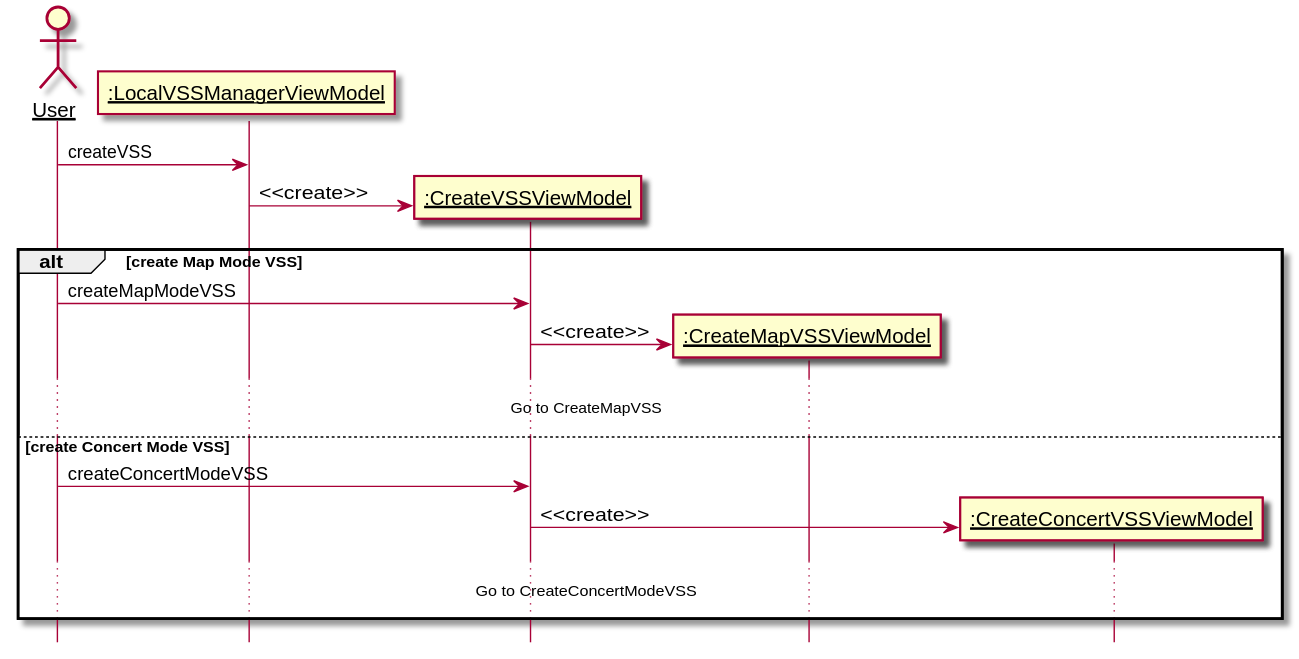
Before: 设计/Diagrams/CreateVSS.svg, a diagram exported from PlantUML (kpp19920121/doc).
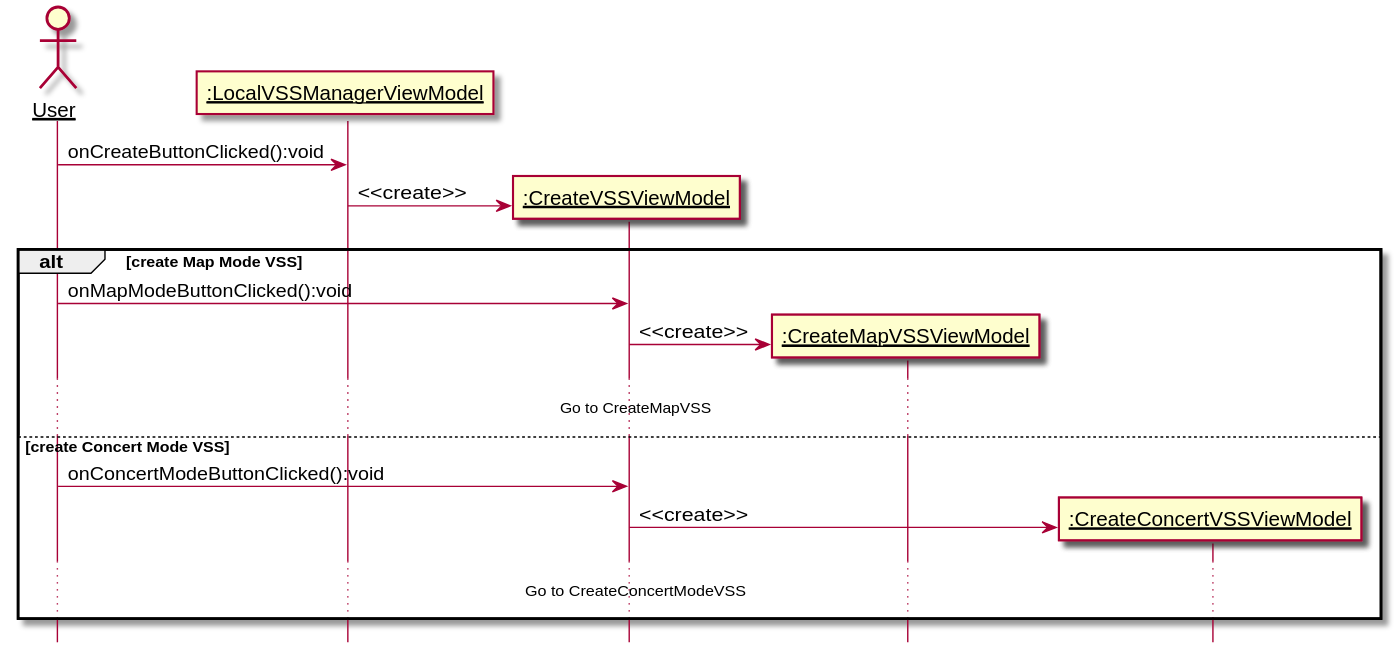
After the commit.

Commit message:
完成两个顺序图、类图的同步

What changed in the source:
```diff
@@ -8,16 +8,16 @@
 participant ":CreateMapVSSViewModel" as map
 participant ":CreateConcertVSSViewModel" as concert
 
-user -> manage: createVSS
+user -> manage: onCreateButtonClicked():void
 create page
 manage -> page: <<create>>
 alt create Map Mode VSS
-    user -> page: createMapModeVSS
+    user -> page: onMapModeButtonClicked():void
     create map
     page -> map: <<create>>
     ...Go to CreateMapVSS...
 else create Concert Mode VSS
-    user -> page: createConcertModeVSS
+    user -> page: onConcertModeButtonClicked():void
     create concert
     page -> concert: <<create>>
     ...Go to CreateConcertModeVSS...
```
